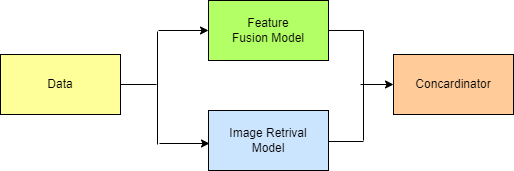
Before: DesignDiagrams/maindiagram.drawio.png, a diagram exported from draw.io (codingneverends/Project_VQA). Source tidied: cells renumbered, new cells last; positions are measured from the earlier drawing's top-left corner, leaving out a move shared by most shapes.
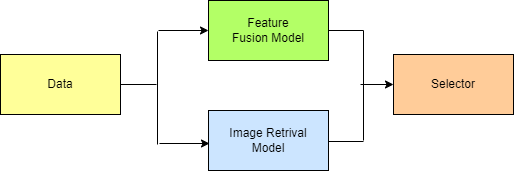
Above is the later version.

What changed in the source:
```diff
@@ -11,7 +11,7 @@
     <mxCell id="4" value="Image Retrival&lt;br&gt;Model" style="rounded=0;whiteSpace=wrap;html=1;fillColor=#CCE5FF;" parent="1" vertex="1">
       <mxGeometry x="208" y="110" width="120" height="60" as="geometry" />
     </mxCell>
-    <mxCell id="5" value="Concardinator" style="rounded=0;whiteSpace=wrap;html=1;fillColor=#FFCC99;" parent="1" vertex="1">
+    <mxCell id="5" value="Selector" style="rounded=0;whiteSpace=wrap;html=1;fillColor=#FFCC99;" parent="1" vertex="1">
       <mxGeometry x="393" y="54" width="120" height="60" as="geometry" />
     </mxCell>
     <mxCell id="6" style="endArrow=classic;html=1;rounded=0;" parent="1" edge="1">
```
